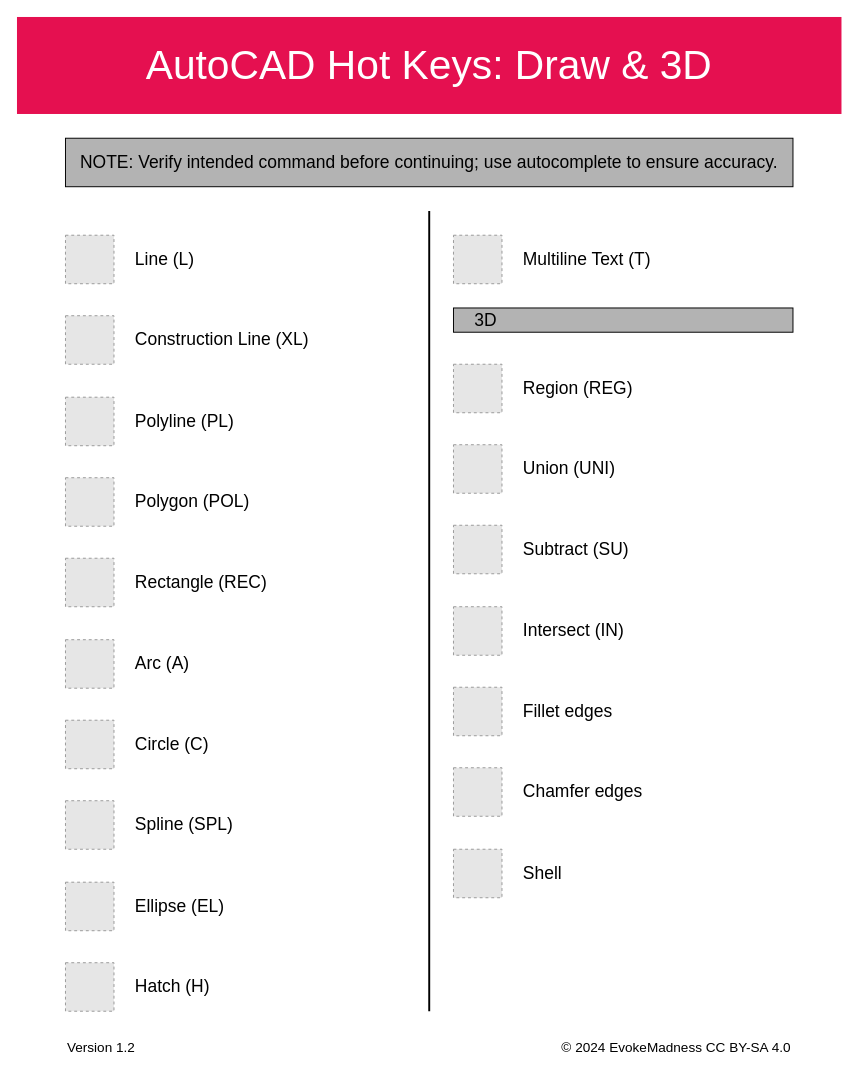
This is page "Draw" (2 of 4) of src/drawio/autoCAD-hot-keys.drawio from EvokeMadness/AutoCAD-hot-keys, a draw.io file, before an edit. Source tidied: cells renumbered, new cells numbered last; positions are measured from the earlier drawing's top-left corner, leaving out a move shared by most shapes. Both pictures are drawn from the tidied source at 97%, with x=0, y=0 at pixel (16, 16). Pictures stored in the file or linked from it are replaced by grey dashed boxes.
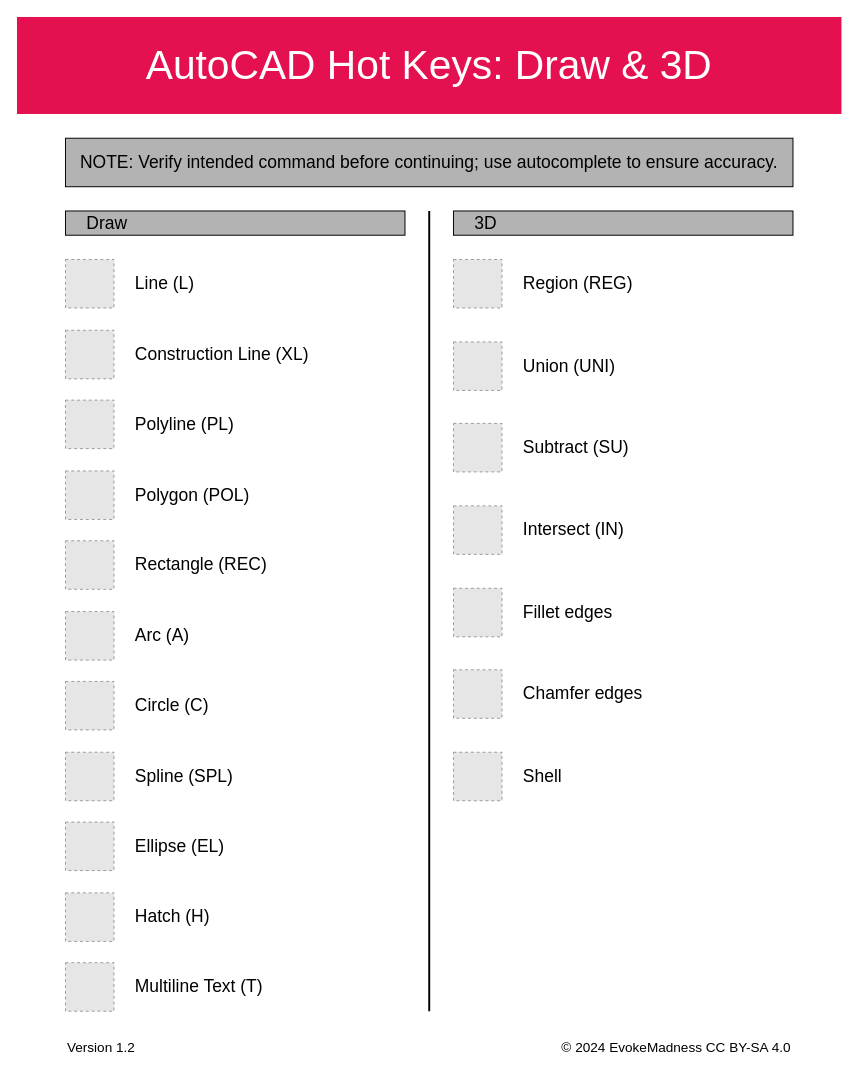
After the change.

What changed in the source:
```diff
@@
     <mxCell id="2" value="Line (L)" style="fillColor=#E6E6E6;strokeColor=#999999;dashed=1;html=1;verticalLabelPosition=middle;verticalAlign=middle;fontColor=default;fontStyle=0;labelPosition=right;align=left;spacingLeft=20;fontSize=18;fontFamily=Helvetica;" parent="1" vertex="1">
-      <mxGeometry x="50" y="225" width="50" height="50" as="geometry" />
+      <mxGeometry x="50" y="250" width="50" height="50" as="geometry" />
     </mxCell>
     <mxCell id="3" value="Construction Line (XL)" style="fillColor=#E6E6E6;strokeColor=#999999;dashed=1;html=1;verticalLabelPosition=middle;verticalAlign=middle;fontColor=default;fontStyle=0;labelPosition=right;align=left;fontSize=18;spacingLeft=20;fontFamily=Helvetica;" parent="1" vertex="1">
-      <mxGeometry x="50" y="308" width="50" height="50" as="geometry" />
+      <mxGeometry x="50" y="323" width="50" height="50" as="geometry" />
     </mxCell>
     <mxCell id="4" value="Polyline (PL)" style="fillColor=#E6E6E6;strokeColor=#999999;dashed=1;html=1;verticalLabelPosition=middle;verticalAlign=middle;fontColor=default;fontStyle=0;labelPosition=right;align=left;fontSize=18;spacingLeft=20;fontFamily=Helvetica;" parent="1" vertex="1">
-      <mxGeometry x="50" y="392" width="50" height="50" as="geometry" />
+      <mxGeometry x="50" y="395" width="50" height="50" as="geometry" />
     </mxCell>
     <mxCell id="5" value="Rectangle (REC)" style="fillColor=#E6E6E6;strokeColor=#999999;dashed=1;html=1;verticalLabelPosition=middle;verticalAlign=middle;fontColor=default;fontStyle=0;labelPosition=right;align=left;fontSize=18;spacingLeft=20;fontFamily=Helvetica;" parent="1" vertex="1">
-      <mxGeometry x="50" y="558" width="50" height="50" as="geometry" />
+      <mxGeometry x="50" y="540" width="50" height="50" as="geometry" />
     </mxCell>
     <mxCell id="6" value="Arc (A)" style="fillColor=#E6E6E6;strokeColor=#999999;dashed=1;html=1;verticalLabelPosition=middle;verticalAlign=middle;fontColor=default;fontStyle=0;labelPosition=right;align=left;fontSize=18;spacingLeft=20;fontFamily=Helvetica;" parent="1" vertex="1">
-      <mxGeometry x="50" y="642" width="50" height="50" as="geometry" />
+      <mxGeometry x="50" y="613" width="50" height="50" as="geometry" />
     </mxCell>
     <mxCell id="7" value="Circle (C)" style="fillColor=#E6E6E6;strokeColor=#999999;dashed=1;html=1;verticalLabelPosition=middle;verticalAlign=middle;fontColor=default;fontStyle=0;labelPosition=right;align=left;fontSize=18;spacingLeft=20;fontFamily=Helvetica;" parent="1" vertex="1">
-      <mxGeometry x="50" y="725" width="50" height="50" as="geometry" />
+      <mxGeometry x="50" y="685" width="50" height="50" as="geometry" />
     </mxCell>
     <mxCell id="8" value="Ellipse (EL)" style="fillColor=#E6E6E6;strokeColor=#999999;dashed=1;html=1;verticalLabelPosition=middle;verticalAlign=middle;fontColor=default;fontStyle=0;labelPosition=right;align=left;fontSize=18;spacingLeft=20;fontFamily=Helvetica;" parent="1" vertex="1">
-      <mxGeometry x="50" y="892" width="50" height="50" as="geometry" />
+      <mxGeometry x="50" y="830" width="50" height="50" as="geometry" />
     </mxCell>
     <mxCell id="9" value="Hatch (H)" style="fillColor=#E6E6E6;strokeColor=#999999;dashed=1;html=1;verticalLabelPosition=middle;verticalAlign=middle;fontColor=default;fontStyle=0;labelPosition=right;align=left;fontSize=18;spacingLeft=20;fontFamily=Helvetica;" parent="1" vertex="1">
-      <mxGeometry x="50" y="975" width="50" height="50" as="geometry" />
+      <mxGeometry x="50" y="903" width="50" height="50" as="geometry" />
     </mxCell>
     <mxCell id="10" value="Polygon (POL)" style="fillColor=#E6E6E6;strokeColor=#999999;dashed=1;html=1;verticalLabelPosition=middle;verticalAlign=middle;fontColor=default;fontStyle=0;fontSize=18;spacingLeft=20;labelPosition=right;align=left;fontFamily=Helvetica;" parent="1" vertex="1">
-      <mxGeometry x="50" y="475" width="50" height="50" as="geometry" />
+      <mxGeometry x="50" y="468" width="50" height="50" as="geometry" />
     </mxCell>
@@
     <mxCell id="12" value="Spline (SPL)" style="fillColor=#E6E6E6;strokeColor=#999999;dashed=1;html=1;verticalLabelPosition=middle;verticalAlign=middle;fontColor=default;fontStyle=0;fontSize=18;spacingLeft=20;labelPosition=right;align=left;fontFamily=Helvetica;" parent="1" vertex="1">
-      <mxGeometry x="50" y="808" width="50" height="50" as="geometry" />
+      <mxGeometry x="50" y="758" width="50" height="50" as="geometry" />
     </mxCell>
     <mxCell id="13" value="Multiline Text (T)" style="fillColor=#E6E6E6;strokeColor=#999999;dashed=1;html=1;verticalLabelPosition=middle;verticalAlign=middle;fontColor=default;fontStyle=0;labelPosition=right;align=left;fontSize=18;spacingLeft=20;fontFamily=Helvetica;" parent="1" vertex="1">
-      <mxGeometry x="450" y="225" width="50" height="50" as="geometry" />
+      <mxGeometry x="50" y="975" width="50" height="50" as="geometry" />
     </mxCell>
     <mxCell id="14" value="3D" style="rounded=0;whiteSpace=wrap;html=1;fontColor=#000000;fillColor=#B3B3B3;strokeColor=default;fontSize=18;labelPosition=center;verticalLabelPosition=middle;align=left;verticalAlign=middle;spacingLeft=20;fontFamily=Helvetica;" parent="1" vertex="1">
-      <mxGeometry x="450" y="300" width="350" height="25" as="geometry" />
+      <mxGeometry x="450" y="200" width="350" height="25" as="geometry" />
     </mxCell>
     <mxCell id="15" value="Region (REG)" style="fillColor=#E6E6E6;strokeColor=#999999;dashed=1;html=1;verticalLabelPosition=middle;verticalAlign=middle;fontColor=default;fontStyle=0;labelPosition=right;align=left;spacingLeft=20;fontSize=18;fontFamily=Helvetica;" parent="1" vertex="1">
-      <mxGeometry x="450" y="358" width="50" height="50" as="geometry" />
+      <mxGeometry x="450" y="250" width="50" height="50" as="geometry" />
     </mxCell>
     <mxCell id="16" value="Union (UNI)" style="fillColor=#E6E6E6;strokeColor=#999999;dashed=1;html=1;verticalLabelPosition=middle;verticalAlign=middle;fontColor=default;fontStyle=0;labelPosition=right;align=left;fontSize=18;spacingLeft=20;fontFamily=Helvetica;" parent="1" vertex="1">
-      <mxGeometry x="450" y="441" width="50" height="50" as="geometry" />
+      <mxGeometry x="450" y="335" width="50" height="50" as="geometry" />
     </mxCell>
     <mxCell id="17" value="Subtract (SU)" style="fillColor=#E6E6E6;strokeColor=#999999;dashed=1;html=1;verticalLabelPosition=middle;verticalAlign=middle;fontColor=default;fontStyle=0;labelPosition=right;align=left;fontSize=18;spacingLeft=20;fontFamily=Helvetica;" parent="1" vertex="1">
-      <mxGeometry x="450" y="524" width="50" height="50" as="geometry" />
+      <mxGeometry x="450" y="419" width="50" height="50" as="geometry" />
     </mxCell>
     <mxCell id="18" value="Fillet edges" style="fillColor=#E6E6E6;strokeColor=#999999;dashed=1;html=1;verticalLabelPosition=middle;verticalAlign=middle;fontColor=default;fontStyle=0;labelPosition=right;align=left;fontSize=18;spacingLeft=20;fontFamily=Helvetica;" parent="1" vertex="1">
-      <mxGeometry x="450" y="691" width="50" height="50" as="geometry" />
+      <mxGeometry x="450" y="589" width="50" height="50" as="geometry" />
     </mxCell>
     <mxCell id="19" value="Chamfer edges" style="fillColor=#E6E6E6;strokeColor=#999999;dashed=1;html=1;verticalLabelPosition=middle;verticalAlign=middle;fontColor=default;fontStyle=0;labelPosition=right;align=left;fontSize=18;spacingLeft=20;fontFamily=Helvetica;" parent="1" vertex="1">
-      <mxGeometry x="450" y="774" width="50" height="50" as="geometry" />
+      <mxGeometry x="450" y="673" width="50" height="50" as="geometry" />
     </mxCell>
     <mxCell id="20" value="Shell" style="fillColor=#E6E6E6;strokeColor=#999999;dashed=1;html=1;verticalLabelPosition=middle;verticalAlign=middle;fontColor=default;fontStyle=0;labelPosition=right;align=left;fontSize=18;spacingLeft=20;fontFamily=Helvetica;" parent="1" vertex="1">
-      <mxGeometry x="450" y="858" width="50" height="50" as="geometry" />
+      <mxGeometry x="450" y="758" width="50" height="50" as="geometry" />
     </mxCell>
     <mxCell id="21" value="Intersect (IN)" style="fillColor=#E6E6E6;strokeColor=#999999;dashed=1;html=1;verticalLabelPosition=middle;verticalAlign=middle;fontColor=default;fontStyle=0;fontSize=18;spacingLeft=20;labelPosition=right;align=left;fontFamily=Helvetica;" parent="1" vertex="1">
-      <mxGeometry x="450" y="608" width="50" height="50" as="geometry" />
+      <mxGeometry x="450" y="504" width="50" height="50" as="geometry" />
     </mxCell>
@@
     <mxCell id="23" value="© 2024 EvokeMadness CC BY-SA 4.0" style="text;html=1;strokeColor=none;fillColor=none;align=right;verticalAlign=middle;whiteSpace=wrap;rounded=0;sketch=0;fontColor=default;fontFamily=Helvetica;fontSize=14;" parent="1" vertex="1">
-      <mxGeometry x="425" y="1050" width="375" height="25" as="geometry" />
+      <mxGeometry x="450" y="1050" width="350" height="25" as="geometry" />
     </mxCell>
@@
     <mxCell id="25" value="Version 1.2" style="text;html=1;strokeColor=none;fillColor=none;align=left;verticalAlign=middle;whiteSpace=wrap;rounded=0;sketch=0;fontColor=default;fontFamily=Helvetica;fontSize=14;" parent="1" vertex="1">
-      <mxGeometry x="50" y="1050" width="375" height="25" as="geometry" />
+      <mxGeometry x="50" y="1050" width="350" height="25" as="geometry" />
     </mxCell>
+    <mxCell id="26" value="Draw" style="rounded=0;whiteSpace=wrap;html=1;fontColor=#000000;fillColor=#B3B3B3;strokeColor=default;fontSize=18;labelPosition=center;verticalLabelPosition=middle;align=left;verticalAlign=middle;spacingLeft=20;" parent="1" vertex="1">
+      <mxGeometry x="50" y="200" width="350" height="25" as="geometry" />
+    </mxCell>
```
